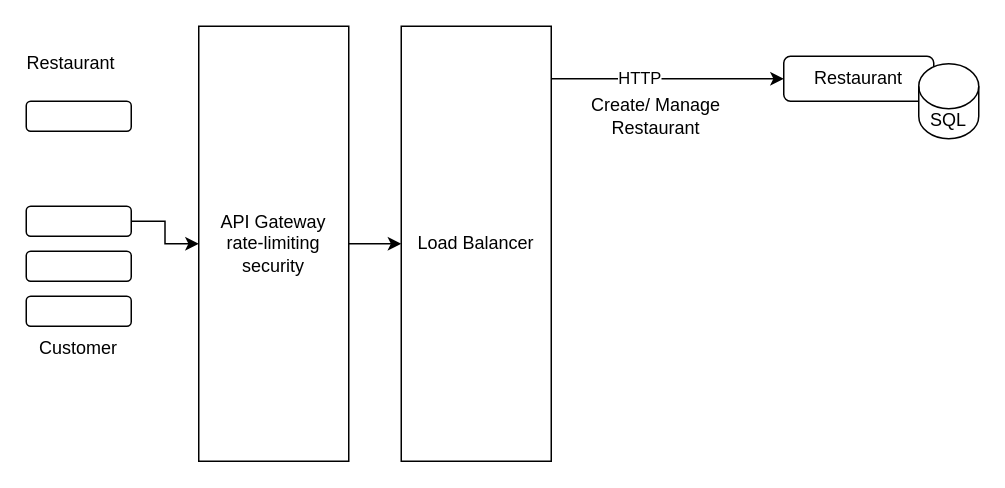
This is table-booking/Untitled Diagram.drawio from harirehm/draw.io, a draw.io file, before an edit. Source tidied: cells renumbered, new cells numbered last; positions are measured from the earlier drawing's top-left corner, leaving out a move shared by most shapes. Both pictures are drawn from the tidied source at 150%, with x=0, y=0 at pixel (26, 26).
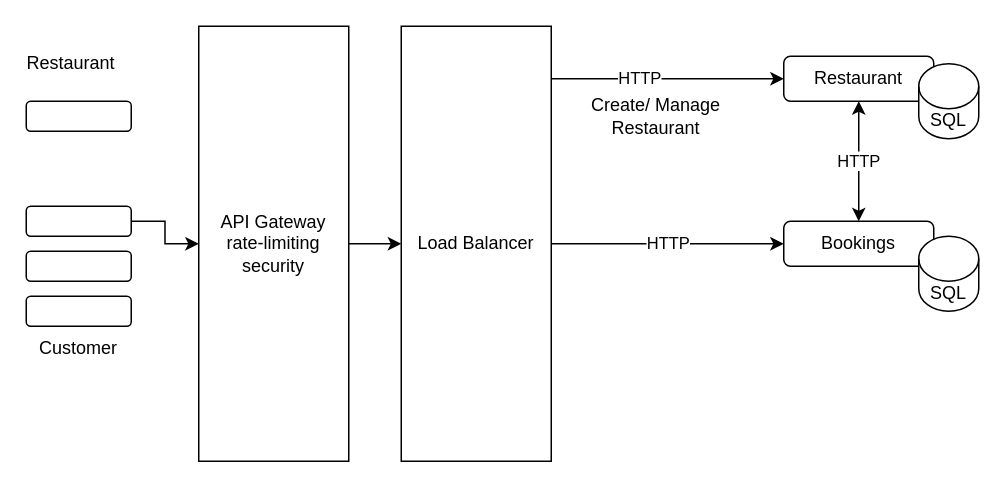
The same diagram, later.

The change refers to these unchanged cells:
```xml
<mxCell id="12" value="Load Balancer" style="rounded=0;whiteSpace=wrap;html=1;" parent="1" vertex="1">
  <mxGeometry x="250" width="100" height="290" as="geometry" />
</mxCell>
<mxCell id="13" value="Restaurant" style="rounded=1;whiteSpace=wrap;html=1;" parent="1" vertex="1">
  <mxGeometry x="505" y="20" width="100" height="30" as="geometry" />
</mxCell>
```

What changed in the source:
```diff
@@
+    <mxCell id="16" value="HTTP" style="edgeStyle=orthogonalEdgeStyle;rounded=0;jettySize=auto;html=1;exitX=1;exitY=0.5;exitDx=0;exitDy=0;" parent="1" edge="1" source="12" target="17">
+      <mxGeometry relative="1" as="geometry" />
+    </mxCell>
@@
+    <mxCell id="17" value="Bookings" style="rounded=1;whiteSpace=wrap;html=1;" parent="1" vertex="1">
+      <mxGeometry x="505" y="130" width="100" height="30" as="geometry" />
+    </mxCell>
+    <mxCell id="18" value="SQL" style="shape=cylinder3;whiteSpace=wrap;html=1;boundedLbl=1;backgroundOutline=1;size=15;" parent="1" vertex="1">
+      <mxGeometry x="595" y="140" width="40" height="50" as="geometry" />
+    </mxCell>
+    <mxCell id="19" value="HTTP" style="endArrow=classic;startArrow=classic;html=1;rounded=0;exitX=0.5;exitY=0;exitDx=0;exitDy=0;entryX=0.5;entryY=1;entryDx=0;entryDy=0;" parent="1" edge="1" source="17" target="13">
+      <mxGeometry relative="1" as="geometry" />
+    </mxCell>
```
